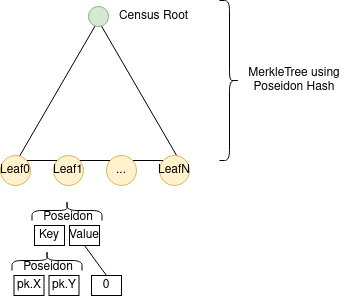
The draw.io diagram src/.vuepress/public/zk-census-proof-poseidon-merkletree-diagram.png in vocdoni/docs, before a commit. Source tidied: cells renumbered, new cells last; positions are measured from the earlier drawing's top-left corner, leaving out a move shared by most shapes.
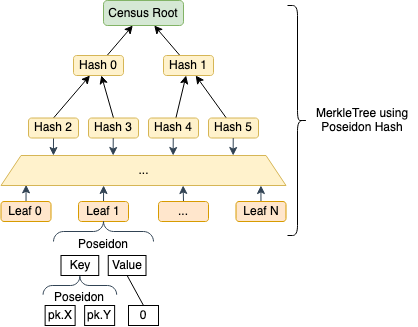
Above is the later version.

Diff of the diagram source:
```diff
@@ -2,62 +2,140 @@
   <root>
     <mxCell id="0" />
     <mxCell id="1" parent="0" />
-    <mxCell id="2" style="triangle;whiteSpace=wrap;html=1;rotation=-90;" parent="1" vertex="1">
-      <mxGeometry x="27.8" y="8.8" width="140" height="162.5" as="geometry" />
-    </mxCell>
-    <mxCell id="3" style="ellipse;whiteSpace=wrap;html=1;fillColor=#d5e8d4;strokeColor=#82b366;" parent="1" vertex="1">
-      <mxGeometry x="88" y="6" width="20" height="20" as="geometry" />
-    </mxCell>
-    <mxCell id="4" value="Census Root" style="text;html=1;strokeColor=none;fillColor=none;align=center;verticalAlign=middle;whiteSpace=wrap;rounded=0;" parent="1" vertex="1">
-      <mxGeometry x="111" y="6" width="85" height="20" as="geometry" />
-    </mxCell>
-    <mxCell id="5" value="Leaf0" style="ellipse;whiteSpace=wrap;html=1;fillColor=#fff2cc;strokeColor=#d6b656;" parent="1" vertex="1">
-      <mxGeometry y="155" width="30" height="30" as="geometry" />
-    </mxCell>
-    <mxCell id="6" value="Leaf1" style="ellipse;whiteSpace=wrap;html=1;fillColor=#fff2cc;strokeColor=#d6b656;" parent="1" vertex="1">
-      <mxGeometry x="53" y="155" width="30" height="30" as="geometry" />
-    </mxCell>
-    <mxCell id="7" value="..." style="ellipse;whiteSpace=wrap;html=1;fillColor=#fff2cc;strokeColor=#d6b656;" parent="1" vertex="1">
-      <mxGeometry x="106" y="155" width="30" height="30" as="geometry" />
-    </mxCell>
-    <mxCell id="8" value="LeafN" style="ellipse;whiteSpace=wrap;html=1;fillColor=#fff2cc;strokeColor=#d6b656;" parent="1" vertex="1">
-      <mxGeometry x="159" y="155" width="30" height="30" as="geometry" />
-    </mxCell>
     <mxCell id="9" style="shape=curlyBracket;whiteSpace=wrap;html=1;rounded=1;rotation=-180;" parent="1" vertex="1">
-      <mxGeometry x="219" width="20" height="160" as="geometry" />
+      <mxGeometry x="253" y="-25" width="20" height="230" as="geometry" />
     </mxCell>
     <mxCell id="10" value="MerkleTree using Poseidon Hash" style="text;html=1;strokeColor=none;fillColor=none;align=center;verticalAlign=middle;whiteSpace=wrap;rounded=0;" parent="1" vertex="1">
-      <mxGeometry x="239" y="47.5" width="110" height="65" as="geometry" />
+      <mxGeometry x="273" y="57.5" width="110" height="65" as="geometry" />
     </mxCell>
     <mxCell id="11" value="Key" style="rounded=0;whiteSpace=wrap;html=1;" parent="1" vertex="1">
-      <mxGeometry x="34" y="225" width="30" height="20" as="geometry" />
+      <mxGeometry x="26.5" y="225" width="37.8" height="20" as="geometry" />
     </mxCell>
     <mxCell id="12" value="Value" style="rounded=0;whiteSpace=wrap;html=1;" parent="1" vertex="1">
-      <mxGeometry x="69" y="225" width="30" height="20" as="geometry" />
+      <mxGeometry x="73.8" y="225" width="37.8" height="20" as="geometry" />
     </mxCell>
-    <mxCell id="13" style="shape=curlyBracket;whiteSpace=wrap;html=1;rounded=1;rotation=90;" parent="1" vertex="1">
-      <mxGeometry x="56.5" y="175" width="20" height="70" as="geometry" />
-    </mxCell>
+    <mxCell id="16" value="Poseidon" style="text;html=1;strokeColor=none;fillColor=none;align=center;verticalAlign=middle;whiteSpace=wrap;rounded=0;" parent="1" vertex="1">
+      <mxGeometry x="49" y="204" width="40" height="20" as="geometry" />
+    </mxCell>
+    <mxCell id="19" style="rounded=0;jettySize=auto;html=1;exitX=0.5;exitY=0;exitDx=0;exitDy=0;entryX=0.5;entryY=1;entryDx=0;entryDy=0;endArrow=none;endFill=0;" parent="1" edge="1" source="20" target="12">
+      <mxGeometry relative="1" as="geometry" />
+    </mxCell>
+    <mxCell id="20" value="0" style="rounded=0;whiteSpace=wrap;html=1;" parent="1" vertex="1">
+      <mxGeometry x="94" y="275" width="30" height="20" as="geometry" />
+    </mxCell>
+    <mxCell id="4" value="Census Root" style="rounded=1;whiteSpace=wrap;html=1;fillColor=#d5e8d4;strokeColor=#82b366;" parent="1" vertex="1">
+      <mxGeometry x="69" y="-30" width="80" height="25" as="geometry" />
+    </mxCell>
+    <mxCell id="21" style="edgeStyle=none;rounded=0;jettySize=auto;html=1;" parent="1" edge="1" source="22" target="4">
+      <mxGeometry relative="1" as="geometry" />
+    </mxCell>
+    <mxCell id="22" value="Hash 0" style="rounded=1;whiteSpace=wrap;html=1;fillColor=#fff2cc;strokeColor=#d6b656;" parent="1" vertex="1">
+      <mxGeometry x="39" y="25" width="50" height="20" as="geometry" />
+    </mxCell>
+    <mxCell id="23" style="edgeStyle=none;rounded=0;jettySize=auto;html=1;" parent="1" edge="1" source="24" target="4">
+      <mxGeometry relative="1" as="geometry" />
+    </mxCell>
+    <mxCell id="24" value="Hash 1" style="rounded=1;whiteSpace=wrap;html=1;fillColor=#fff2cc;strokeColor=#d6b656;" parent="1" vertex="1">
+      <mxGeometry x="129" y="25" width="50" height="20" as="geometry" />
+    </mxCell>
+    <mxCell id="25" style="edgeStyle=none;rounded=0;jettySize=auto;html=1;exitX=0.5;exitY=0;exitDx=0;exitDy=0;" parent="1" edge="1" source="27" target="22">
+      <mxGeometry relative="1" as="geometry" />
+    </mxCell>
+    <mxCell id="26" style="edgeStyle=none;rounded=0;jettySize=auto;html=1;exitX=0.5;exitY=1;exitDx=0;exitDy=0;entryX=0.184;entryY=0;entryDx=0;entryDy=0;entryPerimeter=0;fillColor=#647687;strokeColor=#314354;" parent="1" edge="1" source="27" target="44">
+      <mxGeometry relative="1" as="geometry" />
+    </mxCell>
+    <mxCell id="27" value="Hash 2" style="rounded=1;whiteSpace=wrap;html=1;fillColor=#fff2cc;strokeColor=#d6b656;" parent="1" vertex="1">
+      <mxGeometry x="-6" y="87.5" width="50" height="20" as="geometry" />
+    </mxCell>
+    <mxCell id="28" style="edgeStyle=none;rounded=0;jettySize=auto;html=1;exitX=0.5;exitY=0;exitDx=0;exitDy=0;" parent="1" edge="1" source="29" target="22">
+      <mxGeometry relative="1" as="geometry" />
+    </mxCell>
+    <mxCell id="29" value="Hash 3" style="rounded=1;whiteSpace=wrap;html=1;fillColor=#fff2cc;strokeColor=#d6b656;" parent="1" vertex="1">
+      <mxGeometry x="54" y="87.5" width="50" height="20" as="geometry" />
+    </mxCell>
+    <mxCell id="30" style="edgeStyle=none;rounded=0;jettySize=auto;html=1;" parent="1" edge="1" target="24">
+      <mxGeometry relative="1" as="geometry">
+        <mxPoint x="191.8" y="87.5" as="sourcePoint" />
+      </mxGeometry>
+    </mxCell>
+    <mxCell id="31" style="edgeStyle=none;rounded=0;jettySize=auto;html=1;" parent="1" edge="1" source="32" target="24">
+      <mxGeometry relative="1" as="geometry" />
+    </mxCell>
+    <mxCell id="32" value="Hash 4" style="rounded=1;whiteSpace=wrap;html=1;fillColor=#fff2cc;strokeColor=#d6b656;" parent="1" vertex="1">
+      <mxGeometry x="114" y="87.5" width="50" height="20" as="geometry" />
+    </mxCell>
+    <mxCell id="33" value="Hash 5" style="rounded=1;whiteSpace=wrap;html=1;fillColor=#fff2cc;strokeColor=#d6b656;" parent="1" vertex="1">
+      <mxGeometry x="174" y="87.5" width="50" height="20" as="geometry" />
+    </mxCell>
+    <mxCell id="34" style="edgeStyle=none;rounded=0;jettySize=auto;html=1;entryX=0.088;entryY=0.979;entryDx=0;entryDy=0;entryPerimeter=0;fillColor=#647687;strokeColor=#314354;" parent="1" edge="1" source="35" target="44">
+      <mxGeometry relative="1" as="geometry" />
+    </mxCell>
+    <mxCell id="35" value="Leaf 0" style="rounded=1;whiteSpace=wrap;html=1;fillColor=#ffe6cc;strokeColor=#d79b00;" parent="1" vertex="1">
+      <mxGeometry x="-33.5" y="171" width="50" height="20" as="geometry" />
+    </mxCell>
+    <mxCell id="36" style="edgeStyle=none;rounded=0;jettySize=auto;html=1;exitX=0.5;exitY=0;exitDx=0;exitDy=0;startArrow=none;" parent="1" edge="1" source="44">
+      <mxGeometry relative="1" as="geometry">
+        <mxPoint x="78.9" y="135" as="targetPoint" />
+      </mxGeometry>
+    </mxCell>
+    <mxCell id="37" style="edgeStyle=none;rounded=0;jettySize=auto;html=1;entryX=0.36;entryY=1;entryDx=0;entryDy=0;entryPerimeter=0;fillColor=#647687;strokeColor=#314354;" parent="1" edge="1" source="38" target="44">
+      <mxGeometry relative="1" as="geometry" />
+    </mxCell>
+    <mxCell id="38" value="Leaf 1" style="rounded=1;whiteSpace=wrap;html=1;fillColor=#ffe6cc;strokeColor=#d79b00;" parent="1" vertex="1">
+      <mxGeometry x="44" y="171" width="50" height="20" as="geometry" />
+    </mxCell>
+    <mxCell id="39" style="edgeStyle=none;rounded=0;jettySize=auto;html=1;exitX=0.5;exitY=0;exitDx=0;exitDy=0;" parent="1" edge="1" source="41">
+      <mxGeometry relative="1" as="geometry">
+        <mxPoint x="139.1" y="181" as="targetPoint" />
+      </mxGeometry>
+    </mxCell>
+    <mxCell id="40" style="edgeStyle=none;rounded=0;jettySize=auto;html=1;exitX=0.5;exitY=0;exitDx=0;exitDy=0;entryX=0.639;entryY=1;entryDx=0;entryDy=0;entryPerimeter=0;fillColor=#647687;strokeColor=#314354;" parent="1" edge="1" source="41" target="44">
+      <mxGeometry relative="1" as="geometry" />
+    </mxCell>
+    <mxCell id="41" value="..." style="rounded=1;whiteSpace=wrap;html=1;fillColor=#ffe6cc;strokeColor=#d79b00;" parent="1" vertex="1">
+      <mxGeometry x="124" y="171" width="50" height="20" as="geometry" />
+    </mxCell>
+    <mxCell id="42" style="edgeStyle=none;rounded=0;jettySize=auto;html=1;entryX=0.912;entryY=1;entryDx=0;entryDy=0;entryPerimeter=0;fillColor=#647687;strokeColor=#314354;" parent="1" edge="1" source="43" target="44">
+      <mxGeometry relative="1" as="geometry" />
+    </mxCell>
+    <mxCell id="43" value="Leaf N" style="rounded=1;whiteSpace=wrap;html=1;fillColor=#ffe6cc;strokeColor=#d79b00;" parent="1" vertex="1">
+      <mxGeometry x="201.5" y="171" width="50" height="20" as="geometry" />
+    </mxCell>
+    <mxCell id="44" value="..." style="shape=trapezoid;perimeter=trapezoidPerimeter;whiteSpace=wrap;html=1;fixedSize=1;fillColor=#fff2cc;strokeColor=#d6b656;rounded=0;" parent="1" vertex="1">
+      <mxGeometry x="-33.5" y="125" width="285" height="30" as="geometry" />
+    </mxCell>
+    <mxCell id="45" style="edgeStyle=none;rounded=0;orthogonalLoop=1;jettySize=auto;html=1;exitX=0.5;exitY=1;exitDx=0;exitDy=0;entryX=0.184;entryY=0;entryDx=0;entryDy=0;entryPerimeter=0;fillColor=#647687;strokeColor=#314354;" parent="1" edge="1">
+      <mxGeometry relative="1" as="geometry">
+        <mxPoint x="78.7" y="107.5" as="sourcePoint" />
+        <mxPoint x="78.7" y="125" as="targetPoint" />
+      </mxGeometry>
+    </mxCell>
+    <mxCell id="46" style="edgeStyle=none;rounded=0;orthogonalLoop=1;jettySize=auto;html=1;exitX=0.5;exitY=1;exitDx=0;exitDy=0;entryX=0.184;entryY=0;entryDx=0;entryDy=0;entryPerimeter=0;fillColor=#647687;strokeColor=#314354;" parent="1" edge="1">
+      <mxGeometry relative="1" as="geometry">
+        <mxPoint x="138.7" y="107.5" as="sourcePoint" />
+        <mxPoint x="138.7" y="125" as="targetPoint" />
+      </mxGeometry>
+    </mxCell>
+    <mxCell id="47" style="edgeStyle=none;rounded=0;orthogonalLoop=1;jettySize=auto;html=1;exitX=0.5;exitY=1;exitDx=0;exitDy=0;entryX=0.184;entryY=0;entryDx=0;entryDy=0;entryPerimeter=0;fillColor=#647687;strokeColor=#314354;" parent="1" edge="1">
+      <mxGeometry relative="1" as="geometry">
+        <mxPoint x="198.7" y="107.5" as="sourcePoint" />
+        <mxPoint x="198.7" y="125" as="targetPoint" />
+      </mxGeometry>
+    </mxCell>
+    <mxCell id="48" style="verticalLabelPosition=bottom;shadow=0;dashed=0;align=center;html=1;verticalAlign=top;strokeWidth=1;shape=mxgraph.mockup.markup.curlyBrace;strokeColor=#314354;rounded=0;fillColor=#647687;fontColor=#ffffff;" parent="1" vertex="1">
+      <mxGeometry x="19" y="191" width="100" height="20" as="geometry" />
+    </mxCell>
+    <mxCell id="49" style="verticalLabelPosition=bottom;shadow=0;dashed=0;align=center;html=1;verticalAlign=top;strokeWidth=1;shape=mxgraph.mockup.markup.curlyBrace;strokeColor=#314354;rounded=0;fillColor=#647687;fontColor=#ffffff;" parent="1" vertex="1">
+      <mxGeometry x="8.6" y="245" width="73.6" height="20" as="geometry" />
+    </mxCell>
+    <mxCell id="18" value="Poseidon" style="text;html=1;strokeColor=none;fillColor=none;align=center;verticalAlign=middle;whiteSpace=wrap;rounded=0;" parent="1" vertex="1">
+      <mxGeometry x="25.4" y="257" width="40" height="20" as="geometry" />
+    </mxCell>
     <mxCell id="14" value="pk.X" style="rounded=0;whiteSpace=wrap;html=1;" parent="1" vertex="1">
-      <mxGeometry x="13.5" y="275" width="30" height="20" as="geometry" />
+      <mxGeometry x="10.6" y="275" width="30" height="20" as="geometry" />
     </mxCell>
     <mxCell id="15" value="pk.Y" style="rounded=0;whiteSpace=wrap;html=1;" parent="1" vertex="1">
-      <mxGeometry x="48.5" y="275" width="30" height="20" as="geometry" />
+      <mxGeometry x="50.1" y="275" width="30" height="20" as="geometry" />
     </mxCell>
-    <mxCell id="16" value="Poseidon" style="text;html=1;strokeColor=none;fillColor=none;align=center;verticalAlign=middle;whiteSpace=wrap;rounded=0;" parent="1" vertex="1">
-      <mxGeometry x="48" y="207" width="40" height="20" as="geometry" />
-    </mxCell>
-    <mxCell id="17" style="shape=curlyBracket;whiteSpace=wrap;html=1;rounded=1;rotation=90;" parent="1" vertex="1">
-      <mxGeometry x="36.5" y="225" width="20" height="70" as="geometry" />
-    </mxCell>
-    <mxCell id="18" value="Poseidon" style="text;html=1;strokeColor=none;fillColor=none;align=center;verticalAlign=middle;whiteSpace=wrap;rounded=0;" parent="1" vertex="1">
-      <mxGeometry x="28" y="257" width="40" height="20" as="geometry" />
-    </mxCell>
-    <mxCell id="19" style="rounded=0;jettySize=auto;html=1;exitX=0.5;exitY=0;exitDx=0;exitDy=0;entryX=0.5;entryY=1;entryDx=0;entryDy=0;endArrow=none;endFill=0;" parent="1" edge="1" source="20" target="12">
-      <mxGeometry relative="1" as="geometry" />
-    </mxCell>
-    <mxCell id="20" value="0" style="rounded=0;whiteSpace=wrap;html=1;" parent="1" vertex="1">
-      <mxGeometry x="91" y="275" width="30" height="20" as="geometry" />
-    </mxCell>
   </root>
 </mxGraphModel>
```
